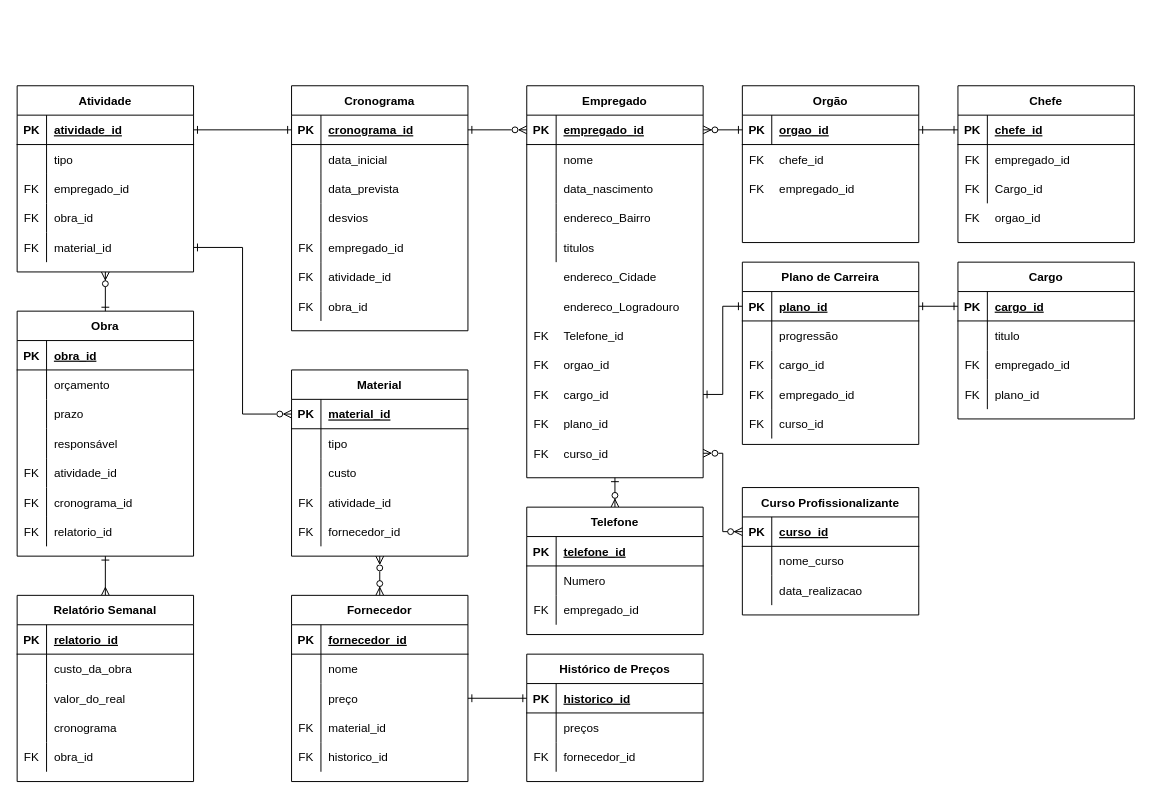
Earlier version of the draw.io diagram Exercício.drawio (manoel-alves/Projeto_Teste). Source tidied: cells renumbered, new cells numbered last; positions are measured from the earlier drawing's top-left corner, leaving out a move shared by most shapes. Both pictures are drawn from the tidied source at 98%, with x=0, y=0 at pixel (17, 85).
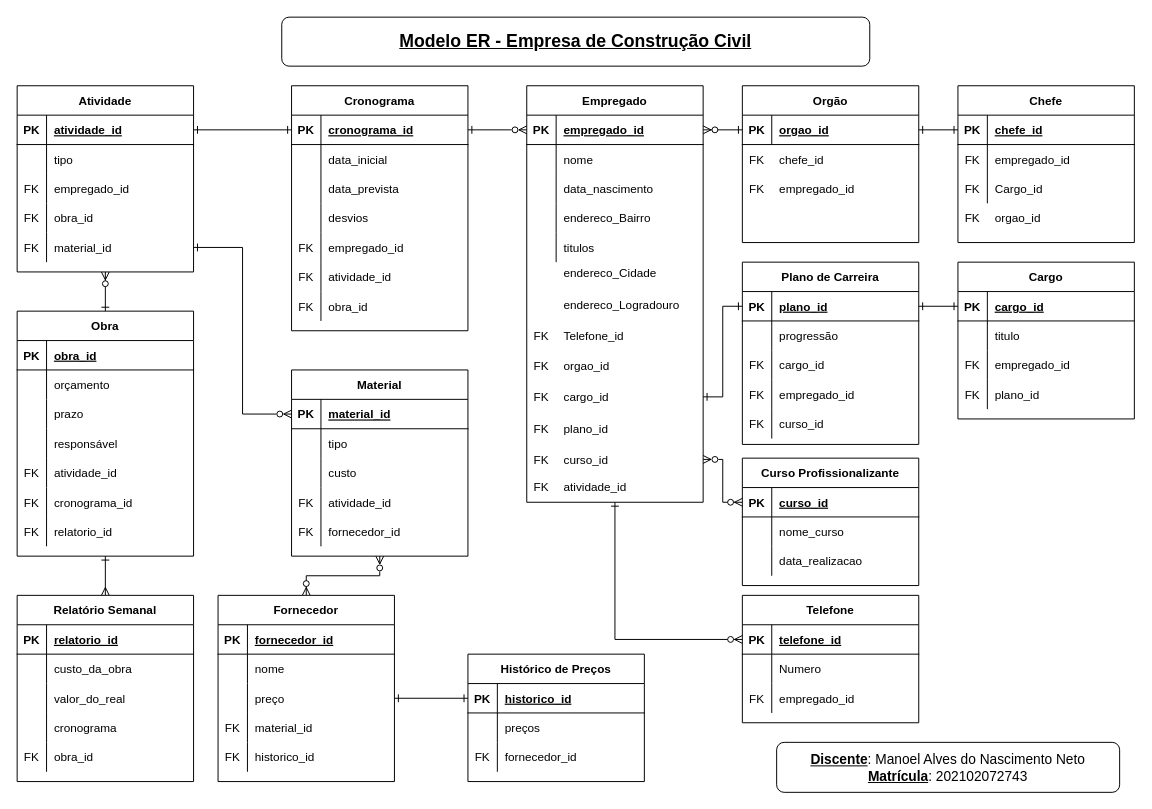
The same diagram, later.

Unchanged cells that the change refers to:
```xml
<mxCell id="129" style="shape=partialRectangle;fillColor=none;top=0;left=0;bottom=1;right=0;points=[[0,0.5],[1,0.5]];portConstraint=eastwest;" parent="128" vertex="1">
  <mxGeometry y="30" width="180" height="30" as="geometry" />
</mxCell>
<mxCell id="144" value="Material" style="shape=table;startSize=30;childLayout=tableLayout;rowLines=0;fontStyle=1;align=center;" parent="1" vertex="1">
  <mxGeometry x="280" y="290" width="180" height="190" as="geometry" />
</mxCell>
```

What changed in the source:
```diff
@@
-    <mxCell id="78" style="edgeStyle=none;rounded=0;jettySize=auto;html=1;exitX=0.5;exitY=0;exitDx=0;exitDy=0;entryX=0.5;entryY=1;entryDx=0;entryDy=0;startArrow=ERzeroToMany;startFill=1;endArrow=ERone;endFill=0;verticalAlign=middle;" parent="1" edge="1" source="128" target="211">
+    <mxCell id="78" style="rounded=0;jettySize=auto;html=1;exitX=0;exitY=0.5;exitDx=0;exitDy=0;entryX=0.5;entryY=1;entryDx=0;entryDy=0;startArrow=ERzeroToMany;startFill=1;endArrow=ERone;endFill=0;verticalAlign=middle;edgeStyle=orthogonalEdgeStyle;" parent="1" edge="1" source="129" target="211">
       <mxGeometry relative="1" as="geometry" />
     </mxCell>
@@
     <mxCell id="114" style="group;" parent="1" vertex="1">
-      <mxGeometry x="740" y="410" width="180" height="130" as="geometry" />
+      <mxGeometry x="740" y="380" width="180" height="130" as="geometry" />
     </mxCell>
@@
     <mxCell id="128" value="Telefone" style="shape=table;startSize=30;childLayout=tableLayout;rowLines=0;fontStyle=1;align=center;" parent="1" vertex="1">
-      <mxGeometry x="520" y="430" width="180" height="130" as="geometry" />
+      <mxGeometry x="740" y="520" width="180" height="130" as="geometry" />
     </mxCell>
@@
-    <mxCell id="160" style="edgeStyle=none;rounded=0;jettySize=auto;html=1;startArrow=ERzeroToMany;startFill=1;endArrow=ERzeroToMany;endFill=0;verticalAlign=middle;entryX=0.5;entryY=1;entryDx=0;entryDy=0;exitX=0.5;exitY=0;exitDx=0;exitDy=0;" parent="1" edge="1" source="161" target="144">
+    <mxCell id="160" style="edgeStyle=orthogonalEdgeStyle;rounded=0;jettySize=auto;html=1;startArrow=ERzeroToMany;startFill=1;endArrow=ERzeroToMany;endFill=0;verticalAlign=middle;entryX=0.5;entryY=1;entryDx=0;entryDy=0;exitX=0.5;exitY=0;exitDx=0;exitDy=0;" parent="1" edge="1" source="161" target="144">
       <mxGeometry relative="1" as="geometry" />
     </mxCell>
     <mxCell id="161" value="Fornecedor" style="shape=table;startSize=30;childLayout=tableLayout;rowLines=0;fontStyle=1;align=center;" parent="1" vertex="1">
-      <mxGeometry x="280" y="520" width="180" height="190" as="geometry" />
+      <mxGeometry x="205" y="520" width="180" height="190" as="geometry" />
     </mxCell>
@@
     <mxCell id="195" value="Histórico de Preços" style="shape=table;startSize=30;childLayout=tableLayout;rowLines=0;fontStyle=1;align=center;" parent="1" vertex="1">
-      <mxGeometry x="520" y="580" width="180" height="130" as="geometry" />
+      <mxGeometry x="460" y="580" width="180" height="130" as="geometry" />
     </mxCell>
@@
     <mxCell id="210" style="group;" parent="1" vertex="1">
-      <mxGeometry x="520" width="180" height="400" as="geometry" />
+      <mxGeometry x="520" width="180" height="440" as="geometry" />
     </mxCell>
     <mxCell id="211" value="Empregado" style="shape=table;startSize=30;childLayout=tableLayout;rowLines=0;fontStyle=1;align=center;" parent="210" vertex="1">
-      <mxGeometry width="180" height="400" as="geometry" />
+      <mxGeometry width="180" height="425" as="geometry" />
     </mxCell>
@@
     <mxCell id="227" style="shape=partialRectangle;fillColor=none;top=0;left=0;bottom=0;right=0;" parent="210" vertex="1">
-      <mxGeometry y="180" width="180" height="30" as="geometry" />
+      <mxGeometry y="175.1" width="180" height="31.9" as="geometry" />
     </mxCell>
     <mxCell id="228" style="shape=partialRectangle;fillColor=none;top=0;left=0;bottom=0;right=0;overflow=hidden;" parent="227" vertex="1">
-      <mxGeometry width="30" height="30" as="geometry" />
+      <mxGeometry width="30" height="31.9" as="geometry" />
     </mxCell>
     <mxCell id="229" value="endereco_Cidade" style="shape=partialRectangle;fillColor=none;top=0;left=0;bottom=0;right=0;align=left;spacingLeft=6;overflow=hidden;" parent="227" vertex="1">
-      <mxGeometry x="30" width="150" height="30" as="geometry" />
+      <mxGeometry x="30" width="150" height="31.9" as="geometry" />
     </mxCell>
     <mxCell id="230" style="shape=partialRectangle;fillColor=none;top=0;left=0;bottom=0;right=0;" parent="210" vertex="1">
-      <mxGeometry y="210" width="180" height="30" as="geometry" />
+      <mxGeometry y="206.9" width="180" height="31.9" as="geometry" />
     </mxCell>
     <mxCell id="231" style="shape=partialRectangle;fillColor=none;top=0;left=0;bottom=0;right=0;overflow=hidden;" parent="230" vertex="1">
-      <mxGeometry width="30" height="30" as="geometry" />
+      <mxGeometry width="30" height="31.9" as="geometry" />
     </mxCell>
     <mxCell id="232" value="endereco_Logradouro" style="shape=partialRectangle;fillColor=none;top=0;left=0;bottom=0;right=0;align=left;spacingLeft=6;overflow=hidden;" parent="230" vertex="1">
-      <mxGeometry x="30" width="150" height="30" as="geometry" />
+      <mxGeometry x="30" width="150" height="31.9" as="geometry" />
     </mxCell>
     <mxCell id="233" style="shape=partialRectangle;fillColor=none;top=0;left=0;bottom=0;right=0;" parent="210" vertex="1">
-      <mxGeometry y="270" width="180" height="30" as="geometry" />
+      <mxGeometry y="269.6" width="180" height="31.9" as="geometry" />
     </mxCell>
     <mxCell id="234" value="FK" style="shape=partialRectangle;fillColor=none;top=0;left=0;bottom=0;right=0;overflow=hidden;" parent="233" vertex="1">
-      <mxGeometry width="30" height="30" as="geometry" />
+      <mxGeometry width="30" height="31.9" as="geometry" />
     </mxCell>
     <mxCell id="235" value="orgao_id" style="shape=partialRectangle;fillColor=none;top=0;left=0;bottom=0;right=0;align=left;spacingLeft=6;overflow=hidden;" parent="233" vertex="1">
-      <mxGeometry x="30" width="150" height="30" as="geometry" />
+      <mxGeometry x="30" width="150" height="31.9" as="geometry" />
     </mxCell>
     <mxCell id="236" style="shape=partialRectangle;fillColor=none;top=0;left=0;bottom=0;right=0;" parent="210" vertex="1">
-      <mxGeometry y="240" width="180" height="30" as="geometry" />
+      <mxGeometry y="238.8" width="180" height="31.9" as="geometry" />
     </mxCell>
     <mxCell id="237" value="FK" style="shape=partialRectangle;fillColor=none;top=0;left=0;bottom=0;right=0;overflow=hidden;" parent="236" vertex="1">
-      <mxGeometry width="30" height="30" as="geometry" />
+      <mxGeometry width="30" height="31.9" as="geometry" />
     </mxCell>
     <mxCell id="238" value="Telefone_id" style="shape=partialRectangle;fillColor=none;top=0;left=0;bottom=0;right=0;align=left;spacingLeft=6;overflow=hidden;" parent="236" vertex="1">
-      <mxGeometry x="30" width="150" height="30" as="geometry" />
+      <mxGeometry x="30" width="150" height="31.9" as="geometry" />
     </mxCell>
     <mxCell id="239" style="shape=partialRectangle;fillColor=none;top=0;left=0;bottom=0;right=0;points=[[0,0.5],[1,0.5]];portConstraint=eastwest;" parent="210" vertex="1">
-      <mxGeometry y="300" width="180" height="30" as="geometry" />
+      <mxGeometry y="301.5" width="180" height="31.9" as="geometry" />
     </mxCell>
     <mxCell id="240" value="FK" style="shape=partialRectangle;fillColor=none;top=0;left=0;bottom=0;right=0;overflow=hidden;" parent="239" vertex="1">
-      <mxGeometry width="30" height="30" as="geometry" />
+      <mxGeometry width="30" height="31.9" as="geometry" />
     </mxCell>
     <mxCell id="241" value="cargo_id" style="shape=partialRectangle;fillColor=none;top=0;left=0;bottom=0;right=0;align=left;spacingLeft=6;overflow=hidden;" parent="239" vertex="1">
-      <mxGeometry x="30" width="150" height="30" as="geometry" />
+      <mxGeometry x="30" width="150" height="31.9" as="geometry" />
     </mxCell>
     <mxCell id="242" style="shape=partialRectangle;fillColor=none;top=0;left=0;bottom=0;right=0;points=[[0,0.5],[1,0.5]];portConstraint=eastwest;" parent="210" vertex="1">
-      <mxGeometry y="360" width="180" height="30" as="geometry" />
+      <mxGeometry y="365.3" width="180" height="31.9" as="geometry" />
     </mxCell>
     <mxCell id="243" value="FK" style="shape=partialRectangle;fillColor=none;top=0;left=0;bottom=0;right=0;overflow=hidden;" parent="242" vertex="1">
-      <mxGeometry width="30" height="30" as="geometry" />
+      <mxGeometry width="30" height="31.9" as="geometry" />
     </mxCell>
     <mxCell id="244" value="curso_id" style="shape=partialRectangle;fillColor=none;top=0;left=0;bottom=0;right=0;align=left;spacingLeft=6;overflow=hidden;" parent="242" vertex="1">
-      <mxGeometry x="30" width="150" height="30" as="geometry" />
+      <mxGeometry x="30" width="150" height="31.9" as="geometry" />
     </mxCell>
     <mxCell id="245" style="shape=partialRectangle;fillColor=none;top=0;left=0;bottom=0;right=0;" parent="210" vertex="1">
-      <mxGeometry y="330" width="180" height="30" as="geometry" />
+      <mxGeometry y="333.4" width="180" height="31.9" as="geometry" />
     </mxCell>
     <mxCell id="246" value="FK" style="shape=partialRectangle;fillColor=none;top=0;left=0;bottom=0;right=0;overflow=hidden;" parent="245" vertex="1">
-      <mxGeometry width="30" height="30" as="geometry" />
+      <mxGeometry width="30" height="31.9" as="geometry" />
     </mxCell>
     <mxCell id="247" value="plano_id" style="shape=partialRectangle;fillColor=none;top=0;left=0;bottom=0;right=0;align=left;spacingLeft=6;overflow=hidden;" parent="245" vertex="1">
-      <mxGeometry x="30" width="150" height="30" as="geometry" />
+      <mxGeometry x="30" width="150" height="31.9" as="geometry" />
     </mxCell>
+    <mxCell id="248" style="shape=partialRectangle;fillColor=none;top=0;left=0;bottom=0;right=0;" parent="210" vertex="1">
+      <mxGeometry y="393.1" width="180" height="31.9" as="geometry" />
+    </mxCell>
+    <mxCell id="249" value="FK" style="shape=partialRectangle;fillColor=none;top=0;left=0;bottom=0;right=0;overflow=hidden;" parent="248" vertex="1">
+      <mxGeometry width="30" height="31.9" as="geometry" />
+    </mxCell>
+    <mxCell id="250" value="atividade_id" style="shape=partialRectangle;fillColor=none;top=0;left=0;bottom=0;right=0;align=left;spacingLeft=6;overflow=hidden;" parent="248" vertex="1">
+      <mxGeometry x="30" width="150" height="31.9" as="geometry" />
+    </mxCell>
+    <mxCell id="251" value="&lt;div style=&quot;font-size: 14px&quot;&gt;&lt;font style=&quot;font-size: 14px&quot;&gt;&lt;b&gt;&lt;u&gt;Discente&lt;/u&gt;&lt;/b&gt;: Manoel Alves do Nascimento Neto&lt;/font&gt;&lt;/div&gt;&lt;div style=&quot;font-size: 14px&quot;&gt;&lt;font style=&quot;font-size: 14px&quot;&gt;&lt;b&gt;&lt;u&gt;Matrícula&lt;/u&gt;&lt;/b&gt;: 202102072743&lt;br&gt;&lt;/font&gt;&lt;/div&gt;" style="text;html=1;strokeColor=default;fillColor=none;align=center;verticalAlign=middle;whiteSpace=wrap;rounded=1;glass=0;" parent="1" vertex="1">
+      <mxGeometry x="775" y="670" width="350" height="51" as="geometry" />
+    </mxCell>
+    <mxCell id="252" value="Modelo ER - Empresa de Construção Civil" style="text;html=1;strokeColor=default;fillColor=none;align=center;verticalAlign=middle;whiteSpace=wrap;rounded=1;glass=0;fontStyle=5;fontSize=18;" parent="1" vertex="1">
+      <mxGeometry x="270" y="-70" width="600" height="50" as="geometry" />
+    </mxCell>
```
